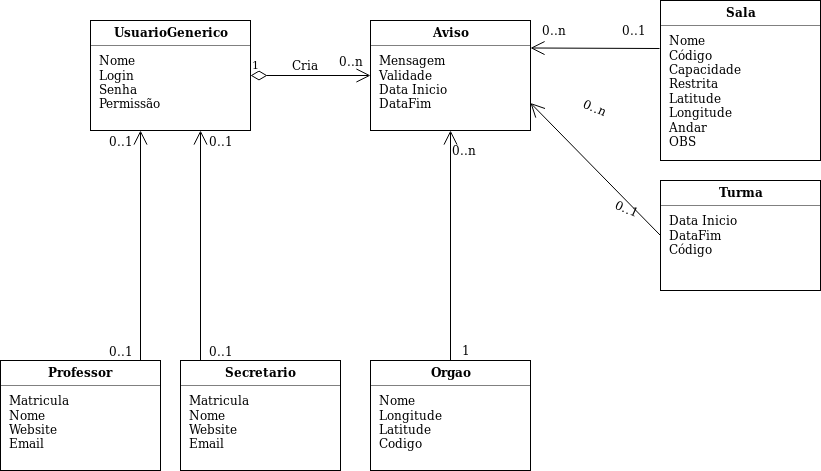
This is mural_diagram.png from AxelRocha/Mural-Ensalamento, a draw.io export, as it was before one commit. Source tidied: cells renumbered, new cells last; positions are measured from the earlier drawing's top-left corner, leaving out a move shared by most shapes.
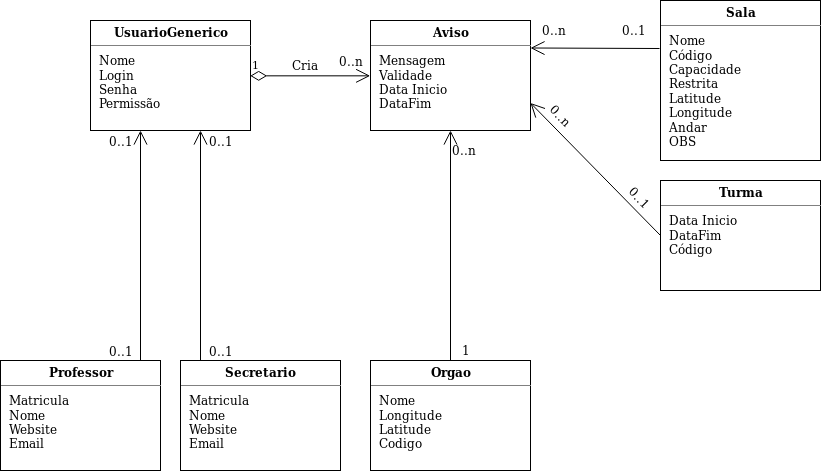
After the commit.

Commit message:
atualizando diagrama

The edit, as a diff of the source:
```diff
@@ -74,11 +74,11 @@
     <mxCell id="23" value="0..n" style="text;html=1;align=left;verticalAlign=top;spacingTop=-4;" parent="1" vertex="1">
       <mxGeometry x="540" y="20" width="40" height="20" as="geometry" />
     </mxCell>
-    <mxCell id="24" value="0..n" style="text;html=1;align=left;verticalAlign=top;spacingTop=-4;rotation=25;" parent="1" vertex="1">
-      <mxGeometry x="580" y="100" width="40" height="20" as="geometry" />
+    <mxCell id="24" value="0..n" style="text;html=1;align=left;verticalAlign=top;spacingTop=-4;rotation=45;" parent="1" vertex="1">
+      <mxGeometry x="545" y="110" width="40" height="20" as="geometry" />
     </mxCell>
-    <mxCell id="25" value="&lt;div&gt;0..1&lt;/div&gt;&lt;div&gt;&lt;br&gt;&lt;/div&gt;" style="text;html=1;align=left;verticalAlign=top;spacingTop=-4;rotation=25;" parent="1" vertex="1">
-      <mxGeometry x="610" y="200" width="40" height="30" as="geometry" />
+    <mxCell id="25" value="&lt;div&gt;0..1&lt;/div&gt;&lt;div&gt;&lt;br&gt;&lt;/div&gt;" style="text;html=1;align=left;verticalAlign=top;spacingTop=-4;rotation=45;" parent="1" vertex="1">
+      <mxGeometry x="620" y="190" width="40" height="30" as="geometry" />
     </mxCell>
     <mxCell id="26" value="0..1" style="text;html=1;align=left;verticalAlign=top;spacingTop=-4;" parent="1" vertex="1">
       <mxGeometry x="620" y="20" width="40" height="20" as="geometry" />
```
